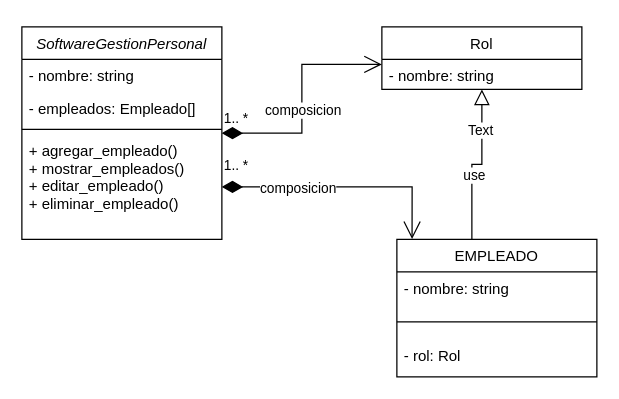
Above: poo/ej4a.drawio in Aubar48/ispc-programacion (draw.io), before the change. Source tidied: cells renumbered, new cells numbered last; positions are measured from the earlier drawing's top-left corner, leaving out a move shared by most shapes. Both pictures are drawn from the tidied source at 125%, with x=0, y=0 at pixel (21, 26).
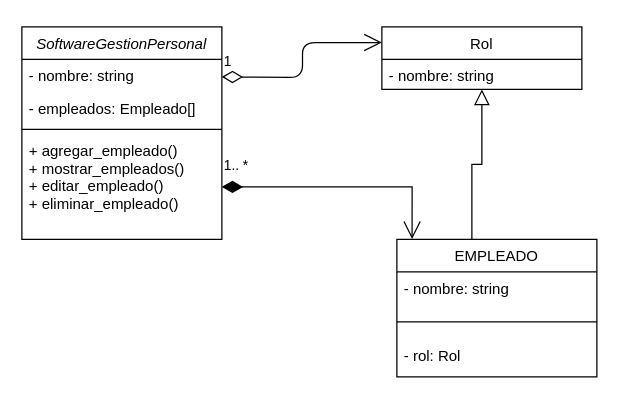
The same page after the edit.

Unchanged cells that the change refers to:
```xml
<mxCell id="2" value="SoftwareGestionPersonal" style="swimlane;fontStyle=2;align=center;verticalAlign=top;horizontal=1;startSize=26;rounded=0;shadow=0;strokeWidth=1;" parent="1" vertex="1">
  <mxGeometry width="160" height="170" as="geometry" />
</mxCell>
<mxCell id="11" style="endArrow=block;endSize=10;endFill=0;shadow=0;strokeWidth=1;rounded=0;curved=0;edgeStyle=elbowEdgeStyle;elbow=vertical;" parent="1" edge="1" target="15">
  <mxGeometry relative="1" as="geometry">
    <mxPoint x="360" y="170" as="sourcePoint" />
  </mxGeometry>
</mxCell>
<mxCell id="14" value="Rol" style="swimlane;fontStyle=0;align=center;verticalAlign=top;horizontal=1;startSize=26;rounded=0;shadow=0;strokeWidth=1;" parent="1" vertex="1">
  <mxGeometry x="288" width="160" height="50" as="geometry" />
</mxCell>
<mxCell id="18" value="1.. *" style="endArrow=open;html=1;endSize=12;startArrow=diamondThin;startSize=14;startFill=1;edgeStyle=orthogonalEdgeStyle;align=left;verticalAlign=bottom;rounded=0;entryX=0.076;entryY=-0.002;entryDx=0;entryDy=0;entryPerimeter=0;exitX=1;exitY=0.5;exitDx=0;exitDy=0;" parent="1" edge="1" source="6" target="7">
  <mxGeometry x="-1" y="8" relative="1" as="geometry" />
</mxCell>
```

What changed in the source:
```diff
@@
-    <mxCell id="12" value="use" style="edgeLabel;html=1;align=center;verticalAlign=middle;" parent="11" vertex="1">
-      <mxGeometry x="-0.19" y="-1" relative="1" as="geometry" />
-    </mxCell>
-    <mxCell id="13" value="Text" style="edgeLabel;html=1;align=center;verticalAlign=middle;" parent="11" vertex="1">
-      <mxGeometry x="0.5" y="2" relative="1" as="geometry" />
-    </mxCell>
@@
-    <mxCell id="16" value="1.. *" style="endArrow=open;html=1;endSize=12;startArrow=diamondThin;startSize=14;startFill=1;edgeStyle=orthogonalEdgeStyle;align=left;verticalAlign=bottom;rounded=0;" parent="1" edge="1" source="2" target="14">
-      <mxGeometry x="-1" y="3" relative="1" as="geometry">
-        <Array as="points">
-          <mxPoint x="224" y="85" />
-          <mxPoint x="224" y="30" />
-        </Array>
-      </mxGeometry>
-    </mxCell>
-    <mxCell id="17" value="composicion" style="edgeLabel;html=1;align=center;verticalAlign=middle;" parent="16" vertex="1">
-      <mxGeometry x="-0.09" relative="1" as="geometry" />
-    </mxCell>
@@
-    <mxCell id="19" value="composicion" style="edgeLabel;html=1;align=center;verticalAlign=middle;" parent="18" vertex="1">
-      <mxGeometry x="-0.69" y="4" relative="1" as="geometry">
-        <mxPoint x="30" y="4" as="offset" />
-      </mxGeometry>
-    </mxCell>
+    <mxCell id="13" value="1" style="endArrow=open;html=1;endSize=12;startArrow=diamondThin;startSize=14;startFill=0;edgeStyle=orthogonalEdgeStyle;align=left;verticalAlign=bottom;entryX=0;entryY=0.25;entryDx=0;entryDy=0;" parent="1" edge="1" target="14">
+      <mxGeometry x="-1" y="3" relative="1" as="geometry">
+        <mxPoint x="160" y="40" as="sourcePoint" />
+      </mxGeometry>
+    </mxCell>
```
